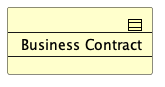
Earlier version of the PlantUML export doc/elements/business-contract.plantuml.png (SixArm/archimate-examples). Its diagram source:
```plantuml
@startuml
!include <archimate/Archimate>
Business_Contract(BCt_01, "Business Contract")
@enduml
```
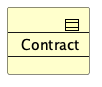
The same file after the commit.

The edit, as a diff of the source:
```diff
@@ -1,4 +1,4 @@
 @startuml
 !include <archimate/Archimate>
-Business_Contract(BCt_01, "Business Contract")
+Business_Contract(Contract, "Contract")
 @enduml
```
